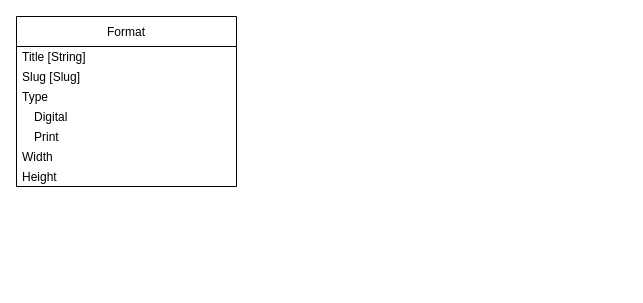
dreamyguy/drawio keeps this draw.io diagram as root/DesignmaskinCurrent2.drawio. Above is the earlier version. Source tidied: cells renumbered, new cells numbered last; positions are measured from the earlier drawing's top-left corner, leaving out a move shared by most shapes. Both pictures are drawn from the tidied source at 100%, with x=0, y=0 at pixel (16, 16).
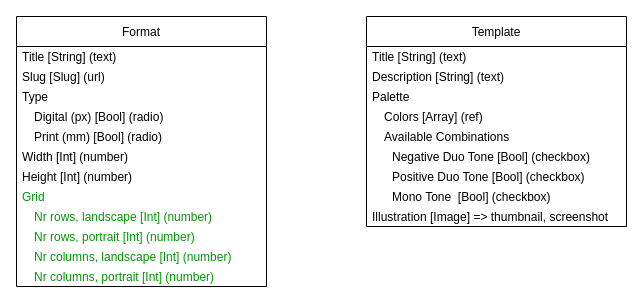
The same diagram, later.

Diff of the diagram source:
```diff
@@
     <mxCell id="2" value="Format" style="swimlane;fontStyle=0;horizontal=1;startSize=30;" parent="1" vertex="1">
-      <mxGeometry width="220" height="170" as="geometry" />
+      <mxGeometry width="250" height="270" as="geometry" />
     </mxCell>
-    <mxCell id="3" value="Title [String]" style="text;strokeColor=none;fillColor=none;align=left;verticalAlign=middle;spacingLeft=4;spacingRight=4;overflow=hidden;spacing=2;" parent="2" vertex="1">
-      <mxGeometry y="30" width="220" height="20" as="geometry" />
+    <mxCell id="3" value="Title [String] (text)" style="text;strokeColor=none;fillColor=none;align=left;verticalAlign=middle;spacingLeft=4;spacingRight=4;overflow=hidden;spacing=2;" parent="2" vertex="1">
+      <mxGeometry y="30" width="250" height="20" as="geometry" />
     </mxCell>
-    <mxCell id="4" value="Slug [Slug]" style="text;strokeColor=none;fillColor=none;align=left;verticalAlign=middle;spacingLeft=4;spacingRight=4;overflow=hidden;" parent="2" vertex="1">
-      <mxGeometry y="50" width="220" height="20" as="geometry" />
+    <mxCell id="4" value="Slug [Slug] (url)" style="text;strokeColor=none;fillColor=none;align=left;verticalAlign=middle;spacingLeft=4;spacingRight=4;overflow=hidden;" parent="2" vertex="1">
+      <mxGeometry y="50" width="250" height="20" as="geometry" />
     </mxCell>
     <mxCell id="5" value="Type" style="text;strokeColor=none;fillColor=none;align=left;verticalAlign=middle;spacingLeft=4;spacingRight=4;overflow=hidden;" parent="2" vertex="1">
-      <mxGeometry y="70" width="220" height="20" as="geometry" />
+      <mxGeometry y="70" width="250" height="20" as="geometry" />
     </mxCell>
-    <mxCell id="6" value="Digital" style="text;strokeColor=none;fillColor=none;align=left;verticalAlign=middle;spacingLeft=16;spacingRight=4;overflow=hidden;" parent="2" vertex="1">
-      <mxGeometry y="90" width="220" height="20" as="geometry" />
+    <mxCell id="6" value="Digital (px) [Bool] (radio)" style="text;strokeColor=none;fillColor=none;align=left;verticalAlign=middle;spacingLeft=16;spacingRight=4;overflow=hidden;" parent="2" vertex="1">
+      <mxGeometry y="90" width="250" height="20" as="geometry" />
     </mxCell>
-    <mxCell id="7" value="Print" style="text;strokeColor=none;fillColor=none;align=left;verticalAlign=middle;spacingLeft=16;spacingRight=4;overflow=hidden;" parent="2" vertex="1">
-      <mxGeometry y="110" width="220" height="20" as="geometry" />
+    <mxCell id="7" value="Print (mm) [Bool] (radio)" style="text;strokeColor=none;fillColor=none;align=left;verticalAlign=middle;spacingLeft=16;spacingRight=4;overflow=hidden;" parent="2" vertex="1">
+      <mxGeometry y="110" width="250" height="20" as="geometry" />
     </mxCell>
-    <mxCell id="8" value="Width" style="text;strokeColor=none;fillColor=none;align=left;verticalAlign=middle;spacingLeft=4;spacingRight=4;overflow=hidden;" parent="2" vertex="1">
-      <mxGeometry y="130" width="220" height="20" as="geometry" />
+    <mxCell id="8" value="Width [Int] (number)" style="text;strokeColor=none;fillColor=none;align=left;verticalAlign=middle;spacingLeft=4;spacingRight=4;overflow=hidden;" parent="2" vertex="1">
+      <mxGeometry y="130" width="250" height="20" as="geometry" />
     </mxCell>
-    <mxCell id="9" value="Height" style="text;strokeColor=none;fillColor=none;align=left;verticalAlign=middle;spacingLeft=4;spacingRight=4;overflow=hidden;" parent="2" vertex="1">
-      <mxGeometry y="150" width="220" height="20" as="geometry" />
+    <mxCell id="9" value="Height [Int] (number)" style="text;strokeColor=none;fillColor=none;align=left;verticalAlign=middle;spacingLeft=4;spacingRight=4;overflow=hidden;" parent="2" vertex="1">
+      <mxGeometry y="150" width="250" height="20" as="geometry" />
     </mxCell>
+    <mxCell id="10" value="Grid" style="text;strokeColor=none;fillColor=none;align=left;verticalAlign=middle;spacingLeft=4;spacingRight=4;overflow=hidden;fontColor=#009900;" parent="2" vertex="1">
+      <mxGeometry y="170" width="250" height="20" as="geometry" />
+    </mxCell>
+    <mxCell id="11" value="Nr rows, landscape [Int] (number)" style="text;strokeColor=none;fillColor=none;align=left;verticalAlign=middle;spacingLeft=16;spacingRight=4;overflow=hidden;fontColor=#009900;" parent="2" vertex="1">
+      <mxGeometry y="190" width="250" height="20" as="geometry" />
+    </mxCell>
+    <mxCell id="12" value="Nr rows, portrait [Int] (number)" style="text;strokeColor=none;fillColor=none;align=left;verticalAlign=middle;spacingLeft=16;spacingRight=4;overflow=hidden;fontColor=#009900;" parent="2" vertex="1">
+      <mxGeometry y="210" width="250" height="20" as="geometry" />
+    </mxCell>
+    <mxCell id="13" value="Nr columns, landscape [Int] (number)" style="text;strokeColor=none;fillColor=none;align=left;verticalAlign=middle;spacingLeft=16;spacingRight=4;overflow=hidden;fontColor=#009900;" parent="2" vertex="1">
+      <mxGeometry y="230" width="250" height="20" as="geometry" />
+    </mxCell>
+    <mxCell id="14" value="Nr columns, portrait [Int] (number)" style="text;strokeColor=none;fillColor=none;align=left;verticalAlign=middle;spacingLeft=16;spacingRight=4;overflow=hidden;fontColor=#009900;" parent="2" vertex="1">
+      <mxGeometry y="250" width="250" height="20" as="geometry" />
+    </mxCell>
+    <mxCell id="15" value="Template" style="swimlane;fontStyle=0;horizontal=1;startSize=30;" parent="1" vertex="1">
+      <mxGeometry x="350" width="260" height="210" as="geometry" />
+    </mxCell>
+    <mxCell id="16" value="Title [String] (text)" style="text;strokeColor=none;fillColor=none;align=left;verticalAlign=middle;spacingLeft=4;spacingRight=4;overflow=hidden;spacing=2;" parent="15" vertex="1">
+      <mxGeometry y="30" width="260" height="20" as="geometry" />
+    </mxCell>
+    <mxCell id="17" value="Description [String] (text)" style="text;strokeColor=none;fillColor=none;align=left;verticalAlign=middle;spacingLeft=4;spacingRight=4;overflow=hidden;" parent="15" vertex="1">
+      <mxGeometry y="50" width="260" height="20" as="geometry" />
+    </mxCell>
+    <mxCell id="18" value="Palette" style="text;strokeColor=none;fillColor=none;align=left;verticalAlign=middle;spacingLeft=4;spacingRight=4;overflow=hidden;" parent="15" vertex="1">
+      <mxGeometry y="70" width="260" height="20" as="geometry" />
+    </mxCell>
+    <mxCell id="19" value="Colors [Array] (ref)" style="text;strokeColor=none;fillColor=none;align=left;verticalAlign=middle;spacingLeft=16;spacingRight=4;overflow=hidden;" parent="15" vertex="1">
+      <mxGeometry y="90" width="260" height="20" as="geometry" />
+    </mxCell>
+    <mxCell id="20" value="Available Combinations" style="text;strokeColor=none;fillColor=none;align=left;verticalAlign=middle;spacingLeft=16;spacingRight=4;overflow=hidden;" parent="15" vertex="1">
+      <mxGeometry y="110" width="260" height="20" as="geometry" />
+    </mxCell>
+    <mxCell id="21" value="Negative Duo Tone [Bool] (checkbox)" style="text;strokeColor=none;fillColor=none;align=left;verticalAlign=middle;spacingLeft=24;spacingRight=4;overflow=hidden;" parent="15" vertex="1">
+      <mxGeometry y="130" width="260" height="20" as="geometry" />
+    </mxCell>
+    <mxCell id="22" value="Positive Duo Tone [Bool] (checkbox)" style="text;strokeColor=none;fillColor=none;align=left;verticalAlign=middle;spacingLeft=24;spacingRight=4;overflow=hidden;" parent="15" vertex="1">
+      <mxGeometry y="150" width="260" height="20" as="geometry" />
+    </mxCell>
+    <mxCell id="23" value="Mono Tone  [Bool] (checkbox)" style="text;strokeColor=none;fillColor=none;align=left;verticalAlign=middle;spacingLeft=24;spacingRight=4;overflow=hidden;" parent="15" vertex="1">
+      <mxGeometry y="170" width="260" height="20" as="geometry" />
+    </mxCell>
+    <mxCell id="24" value="Illustration [Image] =&gt; thumbnail, screenshot" style="text;strokeColor=none;fillColor=none;align=left;verticalAlign=middle;spacingLeft=4;spacingRight=4;overflow=hidden;" parent="15" vertex="1">
+      <mxGeometry y="190" width="260" height="20" as="geometry" />
+    </mxCell>
```
